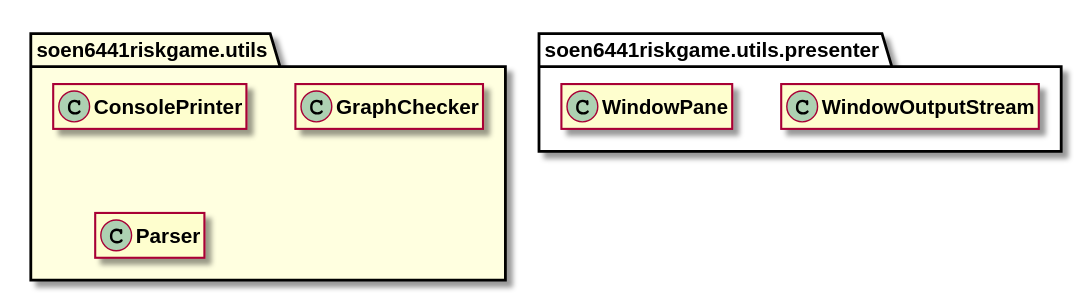
Before: docs/javadocs/soen6441riskgame/utils/package-summary.svg, a diagram exported from PlantUML (huntertran/soen6441-riskgame).
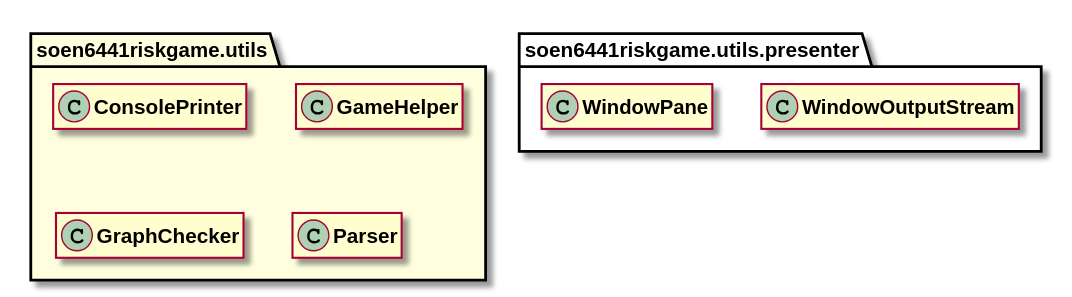
Later version of the same file.

What changed in the source:
```diff
@@ -10,6 +10,12 @@
 
 hide soen6441riskgame.utils.ConsolePrinter fields
 hide soen6441riskgame.utils.ConsolePrinter methods
+
+class "<b><size:14>GameHelper</b>" as soen6441riskgame.utils.GameHelper  [[../../soen6441riskgame/utils/GameHelper.html{soen6441riskgame.utils.GameHelper}]] {
+}
+
+hide soen6441riskgame.utils.GameHelper fields
+hide soen6441riskgame.utils.GameHelper methods
 
 class "<b><size:14>GraphChecker</b>" as soen6441riskgame.utils.GraphChecker  [[../../soen6441riskgame/utils/GraphChecker.html{soen6441riskgame.utils.GraphChecker}]] {
 }
```
